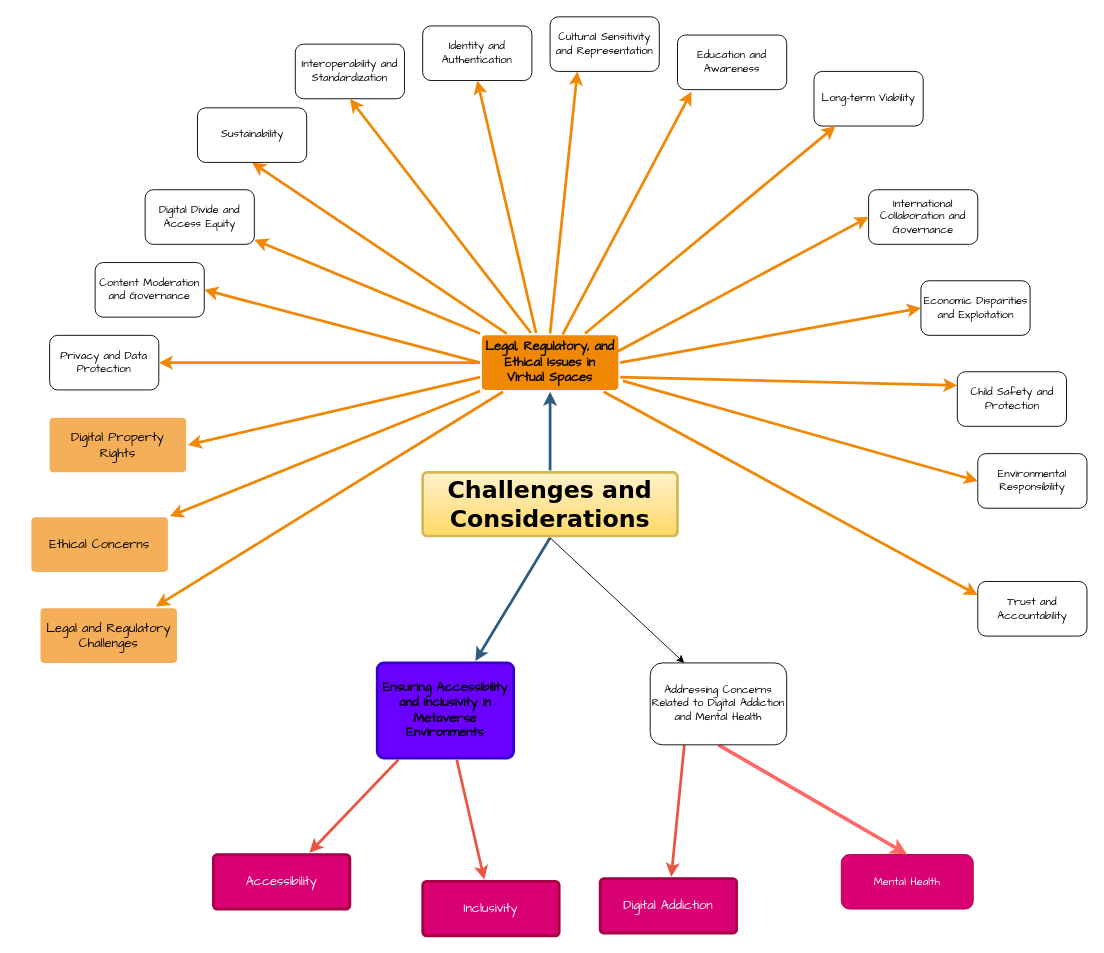
Earlier version of the draw.io diagram Untitled Diagram.drawio (JANGIRALA/awesome-metaverse). Source tidied: cells renumbered, new cells numbered last; positions are measured from the earlier drawing's top-left corner, leaving out a move shared by most shapes. Both pictures are drawn from the tidied source at 91%, with x=0, y=0 at pixel (31, 16).
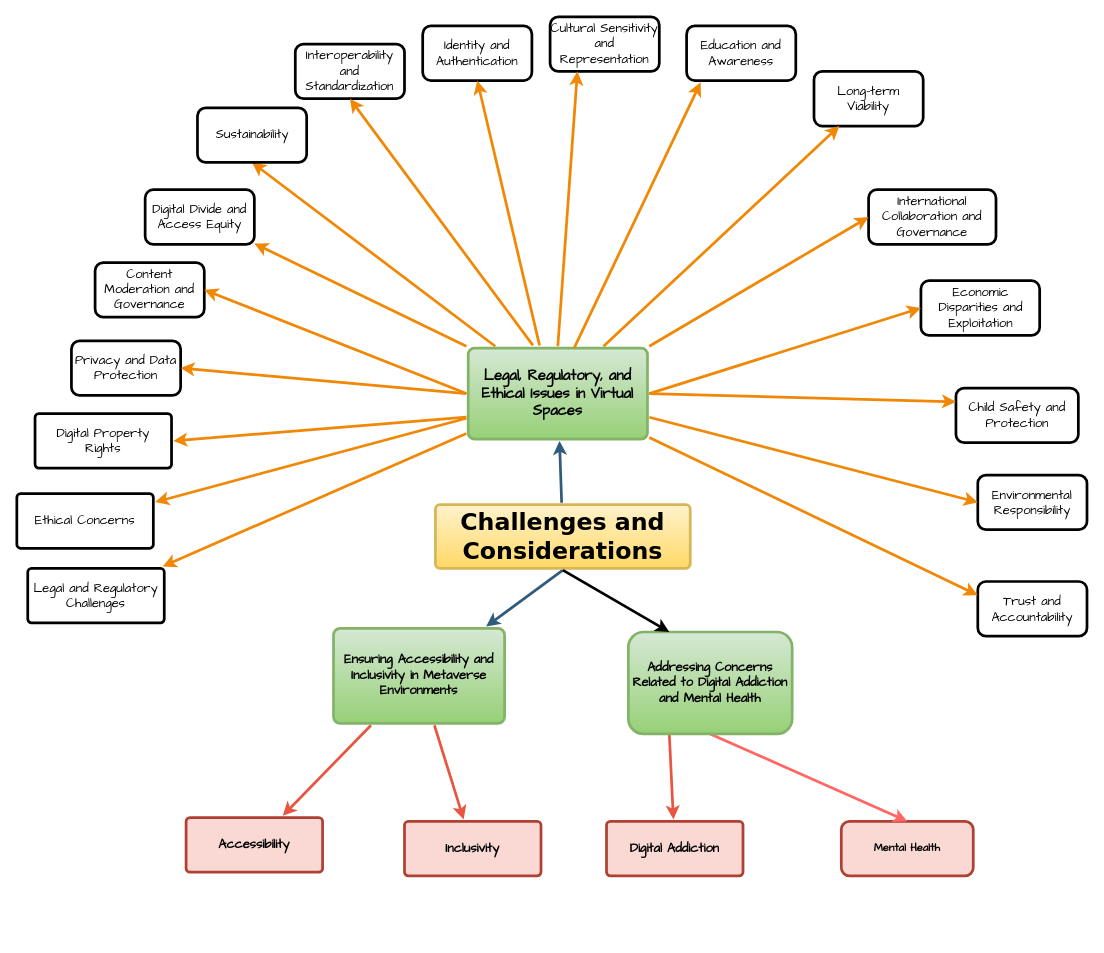
Above is the later version.

What changed in the source:
```diff
@@
-    <mxCell id="2" style="edgeStyle=none;rounded=0;jumpStyle=none;html=1;shadow=0;labelBackgroundColor=none;startArrow=none;startFill=0;endArrow=classic;endFill=1;jettySize=auto;strokeColor=#2F5B7C;strokeWidth=3;fontFamily=Comic Sans MS;fontSize=16;fontColor=#000000;spacing=5;" parent="1" edge="1" source="4" target="12">
+    <mxCell id="2" style="edgeStyle=none;rounded=0;jumpStyle=none;html=1;shadow=0;labelBackgroundColor=none;startArrow=none;startFill=0;endArrow=classic;endFill=1;jettySize=auto;strokeColor=#2F5B7C;strokeWidth=3;fontFamily=Comic Sans MS;fontSize=14;fontColor=#000000;spacing=5;" parent="1" edge="1" source="4" target="12">
       <mxGeometry relative="1" as="geometry" />
     </mxCell>
-    <mxCell id="3" style="edgeStyle=none;rounded=0;jumpStyle=none;html=1;shadow=0;labelBackgroundColor=none;startArrow=none;startFill=0;endArrow=classic;endFill=1;jettySize=auto;strokeColor=#2F5B7C;strokeWidth=3;fontFamily=Comic Sans MS;fontSize=16;fontColor=#000000;spacing=5;exitX=0.5;exitY=1;exitDx=0;exitDy=0;" parent="1" edge="1" source="4" target="8">
+    <mxCell id="3" style="edgeStyle=none;rounded=0;jumpStyle=none;html=1;shadow=0;labelBackgroundColor=none;startArrow=none;startFill=0;endArrow=classic;endFill=1;jettySize=auto;strokeColor=#2F5B7C;strokeWidth=3;fontFamily=Comic Sans MS;fontSize=14;fontColor=#000000;spacing=5;exitX=0.5;exitY=1;exitDx=0;exitDy=0;" parent="1" edge="1" source="4" target="8">
       <mxGeometry relative="1" as="geometry" />
     </mxCell>
     <mxCell id="4" value="&lt;span style=&quot;font-size: 26px;&quot;&gt;&lt;font style=&quot;font-size: 26px;&quot;&gt;Challenges and Considerations&lt;/font&gt;&lt;/span&gt;" style="rounded=1;whiteSpace=wrap;html=1;shadow=0;labelBackgroundColor=none;strokeColor=#d6b656;strokeWidth=3;fillColor=#fff2cc;fontFamily=Verdana;fontSize=26;align=center;fontStyle=1;spacing=5;arcSize=7;perimeterSpacing=2;gradientColor=#ffd966;" parent="1" vertex="1">
-      <mxGeometry x="430" y="500.5" width="280" height="70" as="geometry" />
+      <mxGeometry x="444" y="536" width="280" height="70" as="geometry" />
     </mxCell>
@@
-    <mxCell id="8" value=" Ensuring Accessibility and Inclusivity in Metaverse Environments" style="rounded=1;whiteSpace=wrap;html=1;shadow=0;labelBackgroundColor=none;strokeColor=#3700CC;strokeWidth=3;fillColor=#6a00ff;fontFamily=Comic Sans MS;fontSize=14;fontColor=#000000;align=center;spacing=5;fontStyle=1;arcSize=7;perimeterSpacing=2;" parent="1" vertex="1">
-      <mxGeometry x="380" y="710" width="150" height="104.5" as="geometry" />
+    <mxCell id="8" value=" Ensuring Accessibility and Inclusivity in Metaverse Environments" style="rounded=1;whiteSpace=wrap;html=1;shadow=0;labelBackgroundColor=none;strokeColor=#82b366;strokeWidth=3;fillColor=#d5e8d4;fontFamily=Comic Sans MS;fontSize=14;align=center;spacing=5;fontStyle=1;arcSize=7;perimeterSpacing=2;gradientColor=#97d077;" parent="1" vertex="1">
+      <mxGeometry x="332" y="672" width="188" height="104.5" as="geometry" />
     </mxCell>
-    <mxCell id="9" value="Digital Addiction" style="rounded=1;whiteSpace=wrap;html=1;shadow=0;labelBackgroundColor=none;strokeColor=#A50040;strokeWidth=3;fillColor=#d80073;fontFamily=Comic Sans MS;fontSize=14;fontColor=#ffffff;align=center;spacing=5;fontStyle=0;arcSize=7;perimeterSpacing=2;" parent="1" vertex="1">
-      <mxGeometry x="625" y="947" width="150" height="60" as="geometry" />
+    <mxCell id="9" value="Digital Addiction" style="rounded=1;whiteSpace=wrap;html=1;shadow=0;labelBackgroundColor=none;strokeColor=#ae4132;strokeWidth=3;fillColor=#fad9d5;fontFamily=Comic Sans MS;fontSize=14;align=center;spacing=5;fontStyle=1;arcSize=7;perimeterSpacing=2;" parent="1" vertex="1">
+      <mxGeometry x="632" y="884" width="150" height="60" as="geometry" />
     </mxCell>
-    <mxCell id="10" value=" Inclusivity" style="rounded=1;whiteSpace=wrap;html=1;shadow=0;labelBackgroundColor=none;strokeColor=#A50040;strokeWidth=3;fillColor=#d80073;fontFamily=Comic Sans MS;fontSize=14;fontColor=#ffffff;align=center;spacing=5;fontStyle=0;arcSize=7;perimeterSpacing=2;" parent="1" vertex="1">
-      <mxGeometry x="430" y="950" width="150" height="60" as="geometry" />
+    <mxCell id="10" value=" Inclusivity" style="rounded=1;whiteSpace=wrap;html=1;shadow=0;labelBackgroundColor=none;strokeColor=#ae4132;strokeWidth=3;fillColor=#fad9d5;fontFamily=Comic Sans MS;fontSize=14;align=center;spacing=5;fontStyle=1;arcSize=7;perimeterSpacing=2;" parent="1" vertex="1">
+      <mxGeometry x="410" y="884" width="150" height="60" as="geometry" />
     </mxCell>
-    <mxCell id="11" value="Accessibility" style="rounded=1;whiteSpace=wrap;html=1;shadow=0;labelBackgroundColor=none;strokeColor=#A50040;strokeWidth=3;fillColor=#d80073;fontFamily=Comic Sans MS;fontSize=14;fontColor=#ffffff;align=center;spacing=5;fontStyle=0;arcSize=7;perimeterSpacing=2;" parent="1" vertex="1">
-      <mxGeometry x="200" y="920.5" width="150" height="60" as="geometry" />
+    <mxCell id="11" value="Accessibility" style="rounded=1;whiteSpace=wrap;html=1;shadow=0;labelBackgroundColor=none;strokeColor=#ae4132;strokeWidth=3;fillColor=#fad9d5;fontFamily=Comic Sans MS;fontSize=14;align=center;spacing=5;fontStyle=1;arcSize=7;perimeterSpacing=2;" parent="1" vertex="1">
+      <mxGeometry x="170" y="880" width="150" height="60" as="geometry" />
     </mxCell>
-    <mxCell id="12" value="Legal, Regulatory, and Ethical Issues in Virtual Spaces" style="rounded=1;whiteSpace=wrap;html=1;shadow=0;labelBackgroundColor=none;strokeColor=none;strokeWidth=3;fillColor=#F08705;fontFamily=Comic Sans MS;fontSize=14;fontColor=#000000;align=center;spacing=5;fontStyle=1;arcSize=7;perimeterSpacing=2;" parent="1" vertex="1">
-      <mxGeometry x="495" y="350" width="150" height="60" as="geometry" />
+    <mxCell id="12" value="Legal, Regulatory, and Ethical Issues in Virtual Spaces" style="rounded=1;whiteSpace=wrap;html=1;shadow=0;labelBackgroundColor=none;strokeColor=#82b366;strokeWidth=3;fillColor=#d5e8d4;fontFamily=Comic Sans MS;fontSize=16;align=center;spacing=5;fontStyle=1;arcSize=7;perimeterSpacing=2;gradientColor=#97d077;" parent="1" vertex="1">
+      <mxGeometry x="480" y="364" width="197" height="100" as="geometry" />
     </mxCell>
-    <mxCell id="13" value="Digital Property Rights" style="rounded=1;whiteSpace=wrap;html=1;shadow=0;labelBackgroundColor=none;strokeColor=none;strokeWidth=3;fillColor=#f5af58;fontFamily=Comic Sans MS;fontSize=14;fontColor=#000000;align=center;spacing=5;arcSize=7;perimeterSpacing=2;" parent="1" vertex="1">
-      <mxGeometry x="20" y="440.5" width="150" height="60" as="geometry" />
+    <mxCell id="13" value="Digital Property Rights" style="rounded=1;whiteSpace=wrap;html=1;shadow=0;labelBackgroundColor=none;strokeWidth=3;fontFamily=Comic Sans MS;fontSize=14;align=center;spacing=5;arcSize=7;perimeterSpacing=2;" parent="1" vertex="1">
+      <mxGeometry x="4" y="436" width="150" height="60" as="geometry" />
     </mxCell>
@@
-    <mxCell id="15" value="Ethical Concerns" style="rounded=1;whiteSpace=wrap;html=1;shadow=0;labelBackgroundColor=none;strokeColor=none;strokeWidth=3;fillColor=#f5af58;fontFamily=Comic Sans MS;fontSize=14;fontColor=#000000;align=center;spacing=5;arcSize=7;perimeterSpacing=2;" parent="1" vertex="1">
-      <mxGeometry y="550" width="150" height="60" as="geometry" />
+    <mxCell id="15" value="Ethical Concerns" style="rounded=1;whiteSpace=wrap;html=1;shadow=0;labelBackgroundColor=none;strokeWidth=3;fontFamily=Comic Sans MS;fontSize=14;align=center;spacing=5;arcSize=7;perimeterSpacing=2;" parent="1" vertex="1">
+      <mxGeometry x="-16" y="524" width="150" height="60" as="geometry" />
     </mxCell>
@@
-    <mxCell id="17" value="Legal and Regulatory Challenges" style="rounded=1;whiteSpace=wrap;html=1;shadow=0;labelBackgroundColor=none;strokeColor=none;strokeWidth=3;fillColor=#f5af58;fontFamily=Comic Sans MS;fontSize=14;fontColor=#000000;align=center;spacing=5;arcSize=7;perimeterSpacing=2;" parent="1" vertex="1">
-      <mxGeometry x="10" y="650" width="150" height="60" as="geometry" />
+    <mxCell id="17" value="Legal and Regulatory Challenges" style="rounded=1;whiteSpace=wrap;html=1;shadow=0;labelBackgroundColor=none;strokeWidth=3;fontFamily=Comic Sans MS;fontSize=14;align=center;spacing=5;arcSize=7;perimeterSpacing=2;" parent="1" vertex="1">
+      <mxGeometry x="-4" y="606" width="150" height="60" as="geometry" />
     </mxCell>
@@
-    <mxCell id="19" value="Mental Health" style="rounded=1;whiteSpace=wrap;html=1;fontColor=#ffffff;fillColor=#d80073;strokeColor=#A50040;fontFamily=Comic Sans MS;" parent="1" vertex="1">
-      <mxGeometry x="890" y="920.5" width="145" height="60" as="geometry" />
+    <mxCell id="19" value="Mental Health" style="rounded=1;whiteSpace=wrap;html=1;fillColor=#fad9d5;strokeColor=#ae4132;fontFamily=Comic Sans MS;strokeWidth=3;fontStyle=1;" parent="1" vertex="1">
+      <mxGeometry x="890" y="884" width="145" height="60" as="geometry" />
     </mxCell>
-    <mxCell id="20" style="endArrow=classic;html=1;rounded=0;entryX=0.5;entryY=0;entryDx=0;entryDy=0;fontColor=#000000;fillColor=#d80073;strokeColor=#FF6666;strokeWidth=4;exitX=0.5;exitY=1;exitDx=0;exitDy=0;fontFamily=Comic Sans MS;" parent="1" edge="1" source="24" target="19">
+    <mxCell id="20" style="endArrow=classic;html=1;rounded=0;entryX=0.5;entryY=0;entryDx=0;entryDy=0;fontColor=#000000;fillColor=#d80073;strokeColor=#FF6666;strokeWidth=3;exitX=0.5;exitY=1;exitDx=0;exitDy=0;fontFamily=Comic Sans MS;" parent="1" edge="1" source="24" target="19">
       <mxGeometry relative="1" as="geometry" />
     </mxCell>
-    <mxCell id="21" value="Privacy and Data Protection" style="rounded=1;whiteSpace=wrap;html=1;fontFamily=Comic Sans MS;" parent="1" vertex="1">
-      <mxGeometry x="20" y="350" width="120" height="60" as="geometry" />
+    <mxCell id="21" value="Privacy and Data Protection" style="rounded=1;whiteSpace=wrap;html=1;fontFamily=Comic Sans MS;strokeWidth=3;fontSize=14;" parent="1" vertex="1">
+      <mxGeometry x="44" y="356" width="120" height="60" as="geometry" />
     </mxCell>
-    <mxCell id="22" value="Content Moderation and Governance" style="rounded=1;whiteSpace=wrap;html=1;fontFamily=Comic Sans MS;" parent="1" vertex="1">
+    <mxCell id="22" value="Content Moderation and Governance" style="rounded=1;whiteSpace=wrap;html=1;fontFamily=Comic Sans MS;strokeWidth=3;fontSize=14;" parent="1" vertex="1">
       <mxGeometry x="70" y="270" width="120" height="60" as="geometry" />
     </mxCell>
-    <mxCell id="23" value="Digital Divide and Access Equity" style="rounded=1;whiteSpace=wrap;html=1;fontFamily=Comic Sans MS;" parent="1" vertex="1">
+    <mxCell id="23" value="Digital Divide and Access Equity" style="rounded=1;whiteSpace=wrap;html=1;fontFamily=Comic Sans MS;strokeWidth=3;fontSize=14;" parent="1" vertex="1">
       <mxGeometry x="125" y="190" width="120" height="60" as="geometry" />
     </mxCell>
-    <mxCell id="24" value="Addressing Concerns Related to Digital Addiction and Mental Health" style="rounded=1;whiteSpace=wrap;html=1;fontFamily=Comic Sans MS;" parent="1" vertex="1">
-      <mxGeometry x="680" y="710" width="150" height="90" as="geometry" />
+    <mxCell id="24" value="Addressing Concerns Related to Digital Addiction and Mental Health" style="rounded=1;whiteSpace=wrap;html=1;fontFamily=Comic Sans MS;fillColor=#d5e8d4;gradientColor=#97d077;strokeColor=#82b366;fontColor=#000000;fontStyle=1;fontSize=14;strokeWidth=3;" parent="1" vertex="1">
+      <mxGeometry x="656" y="676" width="180" height="112" as="geometry" />
     </mxCell>
-    <mxCell id="25" style="endArrow=classic;html=1;rounded=0;exitX=0.5;exitY=1;exitDx=0;exitDy=0;entryX=0.25;entryY=0;entryDx=0;entryDy=0;fontFamily=Comic Sans MS;" parent="1" edge="1" source="4" target="24">
+    <mxCell id="25" style="endArrow=classic;html=1;rounded=0;exitX=0.5;exitY=1;exitDx=0;exitDy=0;entryX=0.25;entryY=0;entryDx=0;entryDy=0;fontFamily=Comic Sans MS;strokeWidth=3;fontSize=14;" parent="1" edge="1" source="4" target="24">
       <mxGeometry relative="1" as="geometry" />
     </mxCell>
-    <mxCell id="26" value="Sustainability" style="rounded=1;whiteSpace=wrap;html=1;fontFamily=Comic Sans MS;" parent="1" vertex="1">
+    <mxCell id="26" value="Sustainability" style="rounded=1;whiteSpace=wrap;html=1;fontFamily=Comic Sans MS;strokeWidth=3;fontSize=14;" parent="1" vertex="1">
       <mxGeometry x="182.5" y="100" width="120" height="60" as="geometry" />
     </mxCell>
-    <mxCell id="27" value="Interoperability and Standardization" style="rounded=1;whiteSpace=wrap;html=1;fontFamily=Comic Sans MS;" parent="1" vertex="1">
+    <mxCell id="27" value="Interoperability and Standardization" style="rounded=1;whiteSpace=wrap;html=1;fontFamily=Comic Sans MS;strokeWidth=3;fontSize=14;" parent="1" vertex="1">
       <mxGeometry x="290" y="30" width="120" height="60" as="geometry" />
     </mxCell>
-    <mxCell id="28" value="Identity and Authentication" style="rounded=1;whiteSpace=wrap;html=1;fontFamily=Comic Sans MS;" parent="1" vertex="1">
+    <mxCell id="28" value="Identity and Authentication" style="rounded=1;whiteSpace=wrap;html=1;fontFamily=Comic Sans MS;strokeWidth=3;fontSize=14;" parent="1" vertex="1">
       <mxGeometry x="430" y="10" width="120" height="60" as="geometry" />
     </mxCell>
-    <mxCell id="29" value="Cultural Sensitivity and Representation" style="rounded=1;whiteSpace=wrap;html=1;fontFamily=Comic Sans MS;" parent="1" vertex="1">
+    <mxCell id="29" value="Cultural Sensitivity and Representation" style="rounded=1;whiteSpace=wrap;html=1;fontFamily=Comic Sans MS;strokeWidth=3;fontSize=14;" parent="1" vertex="1">
       <mxGeometry x="570" width="120" height="60" as="geometry" />
     </mxCell>
-    <mxCell id="30" value="Education and Awareness" style="rounded=1;whiteSpace=wrap;html=1;fontFamily=Comic Sans MS;" parent="1" vertex="1">
-      <mxGeometry x="710" y="20" width="120" height="60" as="geometry" />
+    <mxCell id="30" value="Education and Awareness" style="rounded=1;whiteSpace=wrap;html=1;fontFamily=Comic Sans MS;strokeWidth=3;fontSize=14;" parent="1" vertex="1">
+      <mxGeometry x="720" y="10" width="120" height="60" as="geometry" />
     </mxCell>
-    <mxCell id="31" value="Long-term Viability" style="rounded=1;whiteSpace=wrap;html=1;fontFamily=Comic Sans MS;" parent="1" vertex="1">
+    <mxCell id="31" value="Long-term Viability" style="rounded=1;whiteSpace=wrap;html=1;fontFamily=Comic Sans MS;strokeWidth=3;fontSize=14;" parent="1" vertex="1">
       <mxGeometry x="860" y="60" width="120" height="60" as="geometry" />
     </mxCell>
-    <mxCell id="32" value="International Collaboration and Governance" style="rounded=1;whiteSpace=wrap;html=1;fontFamily=Comic Sans MS;" parent="1" vertex="1">
-      <mxGeometry x="920" y="190" width="120" height="60" as="geometry" />
+    <mxCell id="32" value="International Collaboration and Governance" style="rounded=1;whiteSpace=wrap;html=1;fontFamily=Comic Sans MS;strokeWidth=3;fontSize=14;" parent="1" vertex="1">
+      <mxGeometry x="920" y="190" width="140" height="60" as="geometry" />
     </mxCell>
-    <mxCell id="33" value="Economic Disparities and Exploitation" style="rounded=1;whiteSpace=wrap;html=1;fontFamily=Comic Sans MS;" parent="1" vertex="1">
-      <mxGeometry x="977.5" y="290" width="120" height="60" as="geometry" />
+    <mxCell id="33" value="Economic Disparities and Exploitation" style="rounded=1;whiteSpace=wrap;html=1;fontFamily=Comic Sans MS;strokeWidth=3;fontSize=14;" parent="1" vertex="1">
+      <mxGeometry x="977.5" y="290" width="130.5" height="60" as="geometry" />
     </mxCell>
-    <mxCell id="34" value="Child Safety and Protection" style="rounded=1;whiteSpace=wrap;html=1;fontFamily=Comic Sans MS;" parent="1" vertex="1">
-      <mxGeometry x="1017.5" y="390" width="120" height="60" as="geometry" />
+    <mxCell id="34" value="Child Safety and Protection" style="rounded=1;whiteSpace=wrap;html=1;fontFamily=Comic Sans MS;strokeWidth=3;fontSize=14;" parent="1" vertex="1">
+      <mxGeometry x="1016" y="408" width="134.5" height="60" as="geometry" />
     </mxCell>
-    <mxCell id="35" value="Environmental Responsibility" style="rounded=1;whiteSpace=wrap;html=1;fontFamily=Comic Sans MS;" parent="1" vertex="1">
-      <mxGeometry x="1040" y="480" width="120" height="60" as="geometry" />
+    <mxCell id="35" value="Environmental Responsibility" style="rounded=1;whiteSpace=wrap;html=1;fontFamily=Comic Sans MS;strokeWidth=3;fontSize=14;" parent="1" vertex="1">
+      <mxGeometry x="1040" y="503.5" width="120" height="60" as="geometry" />
     </mxCell>
-    <mxCell id="36" value="Trust and Accountability" style="rounded=1;whiteSpace=wrap;html=1;fontFamily=Comic Sans MS;" parent="1" vertex="1">
+    <mxCell id="36" value="Trust and Accountability" style="rounded=1;whiteSpace=wrap;html=1;fontFamily=Comic Sans MS;strokeWidth=3;fontSize=14;" parent="1" vertex="1">
       <mxGeometry x="1040" y="620.5" width="120" height="60" as="geometry" />
     </mxCell>
@@
-    <mxCell id="44" style="edgeStyle=none;rounded=0;jumpStyle=none;html=1;shadow=0;labelBackgroundColor=none;startArrow=none;startFill=0;endArrow=classic;endFill=1;jettySize=auto;strokeColor=#F08705;strokeWidth=3;fontFamily=Comic Sans MS;fontSize=14;fontColor=#000000;spacing=5;entryX=0;entryY=0.5;entryDx=0;entryDy=0;" parent="1" edge="1" target="32">
-      <mxGeometry relative="1" as="geometry">
-        <mxPoint x="640" y="370" as="sourcePoint" />
-      </mxGeometry>
+    <mxCell id="44" style="edgeStyle=none;rounded=0;jumpStyle=none;html=1;shadow=0;labelBackgroundColor=none;startArrow=none;startFill=0;endArrow=classic;endFill=1;jettySize=auto;strokeColor=#F08705;strokeWidth=3;fontFamily=Comic Sans MS;fontSize=14;fontColor=#000000;spacing=5;entryX=0;entryY=0.5;entryDx=0;entryDy=0;exitX=1;exitY=0;exitDx=0;exitDy=0;" parent="1" edge="1" source="12" target="32">
+      <mxGeometry relative="1" as="geometry" />
     </mxCell>
@@
-    <mxCell id="46" style="edgeStyle=none;rounded=0;jumpStyle=none;html=1;shadow=0;labelBackgroundColor=none;startArrow=none;startFill=0;endArrow=classic;endFill=1;jettySize=auto;strokeColor=#F08705;strokeWidth=3;fontFamily=Comic Sans MS;fontSize=14;fontColor=#000000;spacing=5;exitX=1;exitY=0.75;exitDx=0;exitDy=0;entryX=0;entryY=0.25;entryDx=0;entryDy=0;" parent="1" edge="1" source="12" target="34">
+    <mxCell id="46" style="edgeStyle=none;rounded=0;jumpStyle=none;html=1;shadow=0;labelBackgroundColor=none;startArrow=none;startFill=0;endArrow=classic;endFill=1;jettySize=auto;strokeColor=#F08705;strokeWidth=3;fontFamily=Comic Sans MS;fontSize=14;fontColor=#000000;spacing=5;exitX=1;exitY=0.5;exitDx=0;exitDy=0;entryX=0;entryY=0.25;entryDx=0;entryDy=0;" parent="1" edge="1" source="12" target="34">
       <mxGeometry relative="1" as="geometry" />
     </mxCell>
-    <mxCell id="47" style="edgeStyle=none;rounded=0;jumpStyle=none;html=1;shadow=0;labelBackgroundColor=none;startArrow=none;startFill=0;endArrow=classic;endFill=1;jettySize=auto;strokeColor=#F08705;strokeWidth=3;fontFamily=Comic Sans MS;fontSize=14;fontColor=#000000;spacing=5;entryX=0;entryY=0.5;entryDx=0;entryDy=0;" parent="1" edge="1" target="35">
-      <mxGeometry relative="1" as="geometry">
-        <mxPoint x="650" y="400" as="sourcePoint" />
-      </mxGeometry>
+    <mxCell id="47" style="edgeStyle=none;rounded=0;jumpStyle=none;html=1;shadow=0;labelBackgroundColor=none;startArrow=none;startFill=0;endArrow=classic;endFill=1;jettySize=auto;strokeColor=#F08705;strokeWidth=3;fontFamily=Comic Sans MS;fontSize=14;fontColor=#000000;spacing=5;entryX=0;entryY=0.5;entryDx=0;entryDy=0;exitX=1;exitY=0.75;exitDx=0;exitDy=0;" parent="1" edge="1" source="12" target="35">
+      <mxGeometry relative="1" as="geometry" />
     </mxCell>
```
